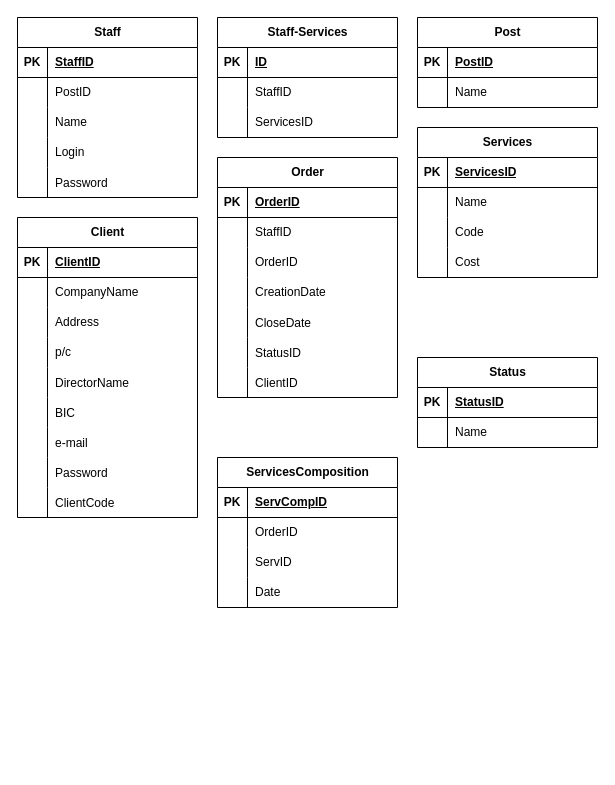
Earlier version of the draw.io diagram ER2023.drawio (FortunaMAKSIM/glo). Source tidied: cells renumbered, new cells numbered last; positions are measured from the earlier drawing's top-left corner, leaving out a move shared by most shapes. Both pictures are drawn from the tidied source at 100%, with x=0, y=0 at pixel (17, 17).
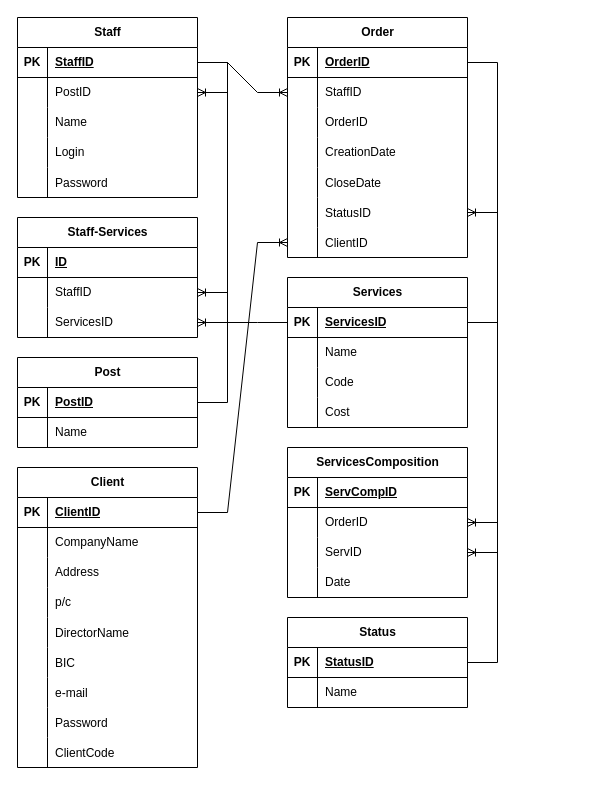
After the change.

Unchanged cells that the change refers to:
```xml
<mxCell id="3" style="shape=tableRow;horizontal=0;startSize=0;swimlaneHead=0;swimlaneBody=0;fillColor=none;points=[[0,0.5],[1,0.5]];portConstraint=eastwest;top=0;left=0;right=0;bottom=1;" parent="2" vertex="1">
  <mxGeometry y="30" width="180" height="30" as="geometry" />
</mxCell>
<mxCell id="6" style="shape=tableRow;horizontal=0;startSize=0;swimlaneHead=0;swimlaneBody=0;fillColor=none;points=[[0,0.5],[1,0.5]];portConstraint=eastwest;top=0;left=0;right=0;bottom=0;" parent="2" vertex="1">
  <mxGeometry y="60" width="180" height="30" as="geometry" />
</mxCell>
<mxCell id="22" style="shape=tableRow;horizontal=0;startSize=0;swimlaneHead=0;swimlaneBody=0;fillColor=none;points=[[0,0.5],[1,0.5]];portConstraint=eastwest;top=0;left=0;right=0;bottom=0;" parent="18" vertex="1">
  <mxGeometry y="60" width="180" height="30" as="geometry" />
</mxCell>
<mxCell id="25" style="shape=tableRow;horizontal=0;startSize=0;swimlaneHead=0;swimlaneBody=0;fillColor=none;points=[[0,0.5],[1,0.5]];portConstraint=eastwest;top=0;left=0;right=0;bottom=0;" parent="18" vertex="1">
  <mxGeometry y="90" width="180" height="30" as="geometry" />
</mxCell>
<mxCell id="29" style="shape=tableRow;horizontal=0;startSize=0;swimlaneHead=0;swimlaneBody=0;fillColor=none;points=[[0,0.5],[1,0.5]];portConstraint=eastwest;top=0;left=0;right=0;bottom=1;" parent="28" vertex="1">
  <mxGeometry y="30" width="180" height="30" as="geometry" />
</mxCell>
<mxCell id="36" style="shape=tableRow;horizontal=0;startSize=0;swimlaneHead=0;swimlaneBody=0;fillColor=none;points=[[0,0.5],[1,0.5]];portConstraint=eastwest;top=0;left=0;right=0;bottom=1;" parent="35" vertex="1">
  <mxGeometry y="30" width="180" height="30" as="geometry" />
</mxCell>
<mxCell id="64" style="shape=tableRow;horizontal=0;startSize=0;swimlaneHead=0;swimlaneBody=0;fillColor=none;points=[[0,0.5],[1,0.5]];portConstraint=eastwest;top=0;left=0;right=0;bottom=1;" parent="63" vertex="1">
  <mxGeometry y="30" width="180" height="30" as="geometry" />
</mxCell>
<mxCell id="67" style="shape=tableRow;horizontal=0;startSize=0;swimlaneHead=0;swimlaneBody=0;fillColor=none;points=[[0,0.5],[1,0.5]];portConstraint=eastwest;top=0;left=0;right=0;bottom=0;" parent="63" vertex="1">
  <mxGeometry y="60" width="180" height="30" as="geometry" />
</mxCell>
<mxCell id="79" style="shape=tableRow;horizontal=0;startSize=0;swimlaneHead=0;swimlaneBody=0;fillColor=none;points=[[0,0.5],[1,0.5]];portConstraint=eastwest;top=0;left=0;right=0;bottom=0;" parent="63" vertex="1">
  <mxGeometry y="180" width="180" height="30" as="geometry" />
</mxCell>
<mxCell id="82" style="shape=tableRow;horizontal=0;startSize=0;swimlaneHead=0;swimlaneBody=0;fillColor=none;points=[[0,0.5],[1,0.5]];portConstraint=eastwest;top=0;left=0;right=0;bottom=0;" parent="63" vertex="1">
  <mxGeometry y="210" width="180" height="30" as="geometry" />
</mxCell>
<mxCell id="86" style="shape=tableRow;horizontal=0;startSize=0;swimlaneHead=0;swimlaneBody=0;fillColor=none;points=[[0,0.5],[1,0.5]];portConstraint=eastwest;top=0;left=0;right=0;bottom=1;" parent="85" vertex="1">
  <mxGeometry y="30" width="180" height="30" as="geometry" />
</mxCell>
<mxCell id="102" style="shape=tableRow;horizontal=0;startSize=0;swimlaneHead=0;swimlaneBody=0;fillColor=none;points=[[0,0.5],[1,0.5]];portConstraint=eastwest;top=0;left=0;right=0;bottom=0;" parent="98" vertex="1">
  <mxGeometry y="60" width="180" height="30" as="geometry" />
</mxCell>
<mxCell id="105" style="shape=tableRow;horizontal=0;startSize=0;swimlaneHead=0;swimlaneBody=0;fillColor=none;points=[[0,0.5],[1,0.5]];portConstraint=eastwest;top=0;left=0;right=0;bottom=0;" parent="98" vertex="1">
  <mxGeometry y="90" width="180" height="30" as="geometry" />
</mxCell>
<mxCell id="112" style="shape=tableRow;horizontal=0;startSize=0;swimlaneHead=0;swimlaneBody=0;fillColor=none;points=[[0,0.5],[1,0.5]];portConstraint=eastwest;top=0;left=0;right=0;bottom=1;" parent="111" vertex="1">
  <mxGeometry y="30" width="180" height="30" as="geometry" />
</mxCell>
```

Change to the diagram source:
```diff
@@
     <mxCell id="18" value="Staff-Services" style="shape=table;startSize=30;childLayout=tableLayout;rowLines=0;fontStyle=1;align=center;html=1;" parent="1" vertex="1">
-      <mxGeometry x="200" width="180" height="120" as="geometry" />
+      <mxGeometry y="200" width="180" height="120" as="geometry" />
     </mxCell>
@@
     <mxCell id="28" value="Post" style="shape=table;startSize=30;childLayout=tableLayout;rowLines=0;fontStyle=1;align=center;html=1;" parent="1" vertex="1">
-      <mxGeometry x="400" width="180" height="90" as="geometry" />
+      <mxGeometry y="340" width="180" height="90" as="geometry" />
     </mxCell>
@@
     <mxCell id="35" value="Client" style="shape=table;startSize=30;childLayout=tableLayout;rowLines=0;fontStyle=1;align=center;html=1;" parent="1" vertex="1">
-      <mxGeometry y="200" width="180" height="300" as="geometry" />
+      <mxGeometry y="450" width="180" height="300" as="geometry" />
     </mxCell>
@@
     <mxCell id="63" value="Order" style="shape=table;startSize=30;childLayout=tableLayout;rowLines=0;fontStyle=1;align=center;html=1;" parent="1" vertex="1">
-      <mxGeometry x="200" y="140" width="180" height="240" as="geometry" />
+      <mxGeometry x="270" width="180" height="240" as="geometry" />
     </mxCell>
@@
     <mxCell id="85" value="Services" style="shape=table;startSize=30;childLayout=tableLayout;rowLines=0;fontStyle=1;align=center;html=1;" parent="1" vertex="1">
-      <mxGeometry x="400" y="110" width="180" height="150" as="geometry" />
+      <mxGeometry x="270" y="260" width="180" height="150" as="geometry" />
     </mxCell>
@@
     <mxCell id="98" value="ServicesComposition" style="shape=table;startSize=30;childLayout=tableLayout;rowLines=0;fontStyle=1;align=center;html=1;" parent="1" vertex="1">
-      <mxGeometry x="200" y="440" width="180" height="150" as="geometry" />
+      <mxGeometry x="270" y="430" width="180" height="150" as="geometry" />
     </mxCell>
@@
     <mxCell id="111" value="Status" style="shape=table;startSize=30;childLayout=tableLayout;rowLines=0;fontStyle=1;align=center;html=1;" parent="1" vertex="1">
-      <mxGeometry x="400" y="340" width="180" height="90" as="geometry" />
+      <mxGeometry x="270" y="600" width="180" height="90" as="geometry" />
     </mxCell>
@@
+    <mxCell id="118" style="edgeStyle=entityRelationEdgeStyle;fontSize=12;html=1;endArrow=ERoneToMany;rounded=0;exitX=1;exitY=0.5;exitDx=0;exitDy=0;entryX=1;entryY=0.5;entryDx=0;entryDy=0;" parent="1" edge="1" source="3" target="22">
+      <mxGeometry relative="1" as="geometry" />
+    </mxCell>
+    <mxCell id="119" style="edgeStyle=entityRelationEdgeStyle;fontSize=12;html=1;endArrow=ERoneToMany;rounded=0;entryX=1;entryY=0.5;entryDx=0;entryDy=0;exitX=1;exitY=0.5;exitDx=0;exitDy=0;" parent="1" edge="1" source="29" target="6">
+      <mxGeometry relative="1" as="geometry" />
+    </mxCell>
+    <mxCell id="120" style="edgeStyle=entityRelationEdgeStyle;fontSize=12;html=1;endArrow=ERoneToMany;rounded=0;exitX=1;exitY=0.5;exitDx=0;exitDy=0;entryX=0;entryY=0.5;entryDx=0;entryDy=0;" parent="1" edge="1" source="3" target="67">
+      <mxGeometry relative="1" as="geometry" />
+    </mxCell>
+    <mxCell id="121" style="edgeStyle=entityRelationEdgeStyle;fontSize=12;html=1;endArrow=ERoneToMany;rounded=0;exitX=1;exitY=0.5;exitDx=0;exitDy=0;" parent="1" edge="1" source="64" target="102">
+      <mxGeometry relative="1" as="geometry" />
+    </mxCell>
+    <mxCell id="122" style="edgeStyle=entityRelationEdgeStyle;fontSize=12;html=1;endArrow=ERoneToMany;rounded=0;entryX=1;entryY=0.5;entryDx=0;entryDy=0;exitX=0;exitY=0.5;exitDx=0;exitDy=0;" parent="1" edge="1" source="86" target="25">
+      <mxGeometry relative="1" as="geometry" />
+    </mxCell>
+    <mxCell id="123" style="edgeStyle=entityRelationEdgeStyle;fontSize=12;html=1;endArrow=ERoneToMany;rounded=0;exitX=1;exitY=0.5;exitDx=0;exitDy=0;entryX=0;entryY=0.5;entryDx=0;entryDy=0;" parent="1" edge="1" source="36" target="82">
+      <mxGeometry relative="1" as="geometry" />
+    </mxCell>
+    <mxCell id="124" style="edgeStyle=entityRelationEdgeStyle;fontSize=12;html=1;endArrow=ERoneToMany;rounded=0;exitX=1;exitY=0.5;exitDx=0;exitDy=0;entryX=1;entryY=0.5;entryDx=0;entryDy=0;" parent="1" edge="1" source="86" target="105">
+      <mxGeometry relative="1" as="geometry" />
+    </mxCell>
+    <mxCell id="125" style="edgeStyle=entityRelationEdgeStyle;fontSize=12;html=1;endArrow=ERoneToMany;rounded=0;entryX=1;entryY=0.5;entryDx=0;entryDy=0;" parent="1" edge="1" source="112" target="79">
+      <mxGeometry relative="1" as="geometry" />
+    </mxCell>
```
